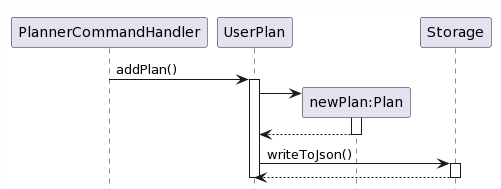
This is docs/UML/Images/addPlan.png from nus-cs2113-AY2223S2/tp, a PlantUML export, as it was before one commit. Its source is kept beside it as docs/UML/addPlan.puml.
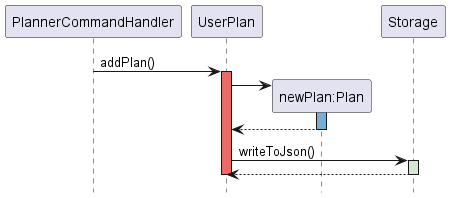
After the commit.

Diff of the diagram source:
```diff
@@ -1,13 +1,14 @@
 @startuml
 hidefootbox
+!include style.puml
 PlannerCommandHandler->UserPlan : addPlan()
-activate UserPlan
+activate UserPlan MAIN_COLOUR
 UserPlan -> "newPlan:Plan" **
-activate "newPlan:Plan"
+activate "newPlan:Plan" LAPIS
 "newPlan:Plan" --> UserPlan
 deactivate "newPlan:Plan"
 UserPlan -> Storage : writeToJson()
-activate Storage
+activate Storage STORAGE_COLOUR
 Storage --> UserPlan
 deactivate Storage
 deactivate UserPlan
```
